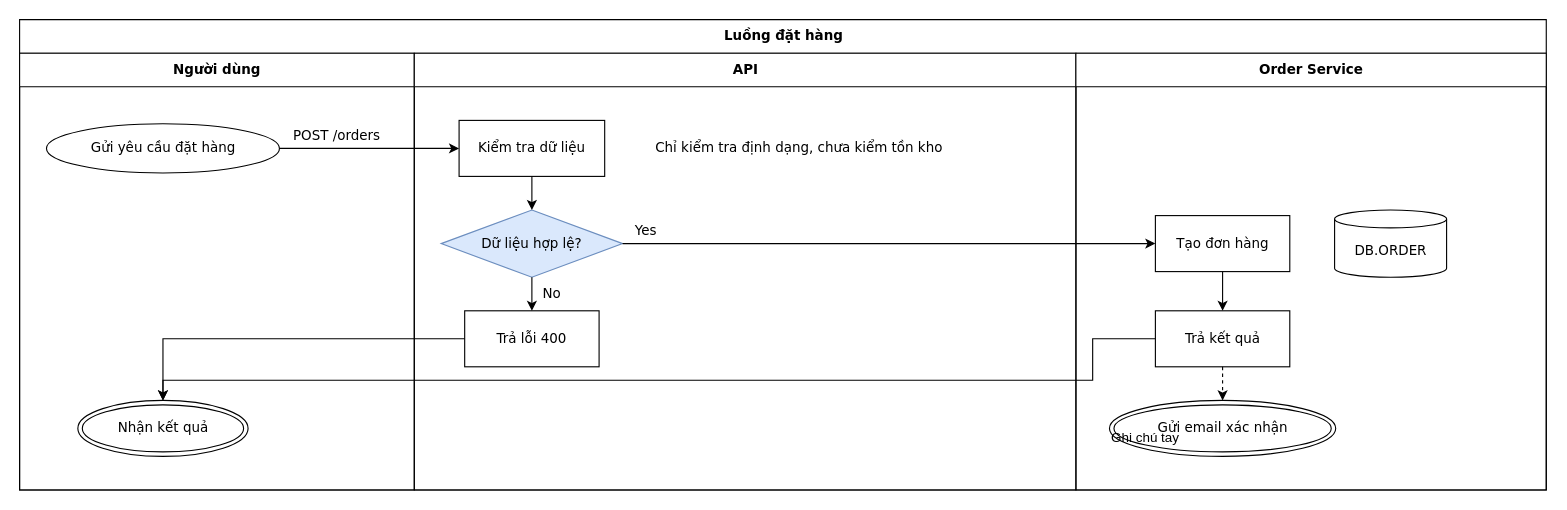
Earlier version of the draw.io diagram conformance/merge/freehand-note-in-lane/flow.drawio (luytbq/flowcast). Source tidied: cells renumbered, new cells numbered last; positions are measured from the earlier drawing's top-left corner, leaving out a move shared by most shapes. Both pictures are drawn from the tidied source at 112%, with x=0, y=0 at pixel (19, 19).
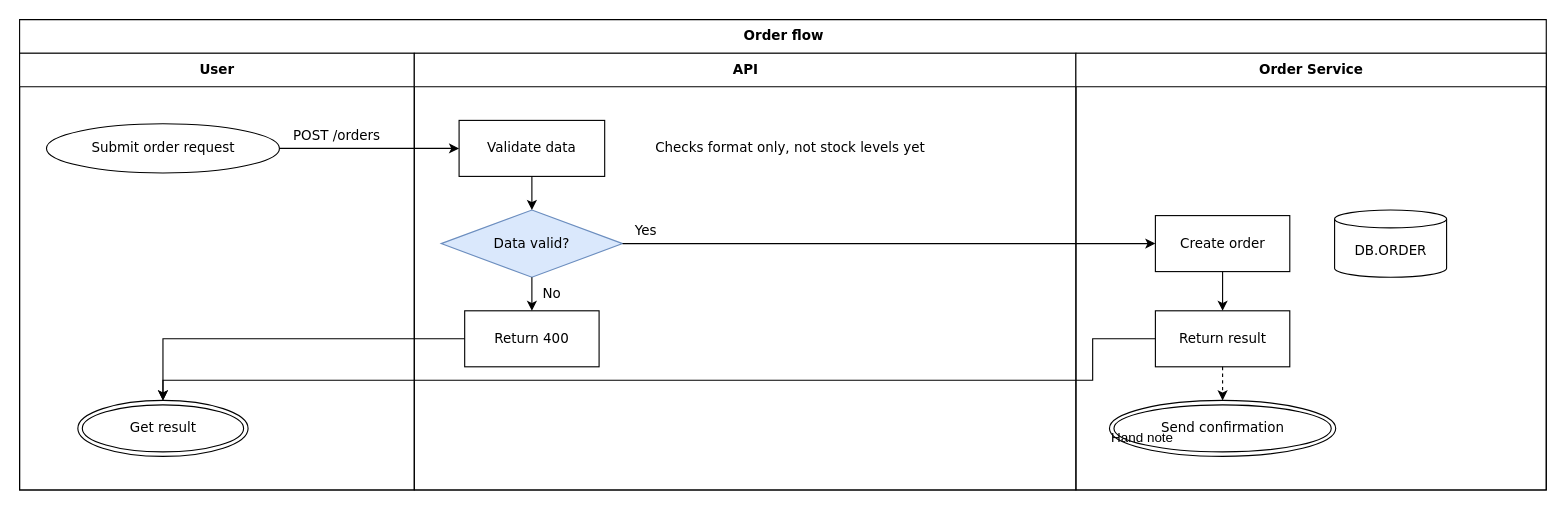
The same page after the edit.

Unchanged cells that the change refers to:
```xml
<mxCell id="4" value="API" style="swimlane;html=1;startSize=30;fontFamily=Verdana;fontSize=12;flowtable=1;" parent="2" vertex="1">
  <mxGeometry x="352.4" y="30" width="590.8" height="390" as="geometry" />
</mxCell>
<mxCell id="5" value="Order Service" style="swimlane;html=1;startSize=30;fontFamily=Verdana;fontSize=12;flowtable=1;" parent="2" vertex="1">
  <mxGeometry x="943.1" y="30" width="420" height="390" as="geometry" />
</mxCell>
```

Diff of the diagram source:
```diff
@@
-    <mxCell id="2" value="Luồng đặt hàng" style="swimlane;html=1;startSize=30;fontStyle=1;fontFamily=Verdana;fontSize=12;flowtable=1;" parent="1" vertex="1">
+    <mxCell id="2" value="Order flow" style="swimlane;html=1;startSize=30;fontStyle=1;fontFamily=Verdana;fontSize=12;flowtable=1;" parent="1" vertex="1">
       <mxGeometry width="1363.1" height="420" as="geometry" />
     </mxCell>
-    <mxCell id="3" value="Người dùng" style="swimlane;html=1;startSize=30;fontFamily=Verdana;fontSize=12;flowtable=1;" parent="2" vertex="1">
+    <mxCell id="3" value="User" style="swimlane;html=1;startSize=30;fontFamily=Verdana;fontSize=12;flowtable=1;" parent="2" vertex="1">
       <mxGeometry y="30" width="352.4" height="390" as="geometry" />
     </mxCell>
@@
-    <mxCell id="6" value="Gửi yêu cầu đặt hàng" style="ellipse;html=1;fontFamily=Verdana;fontSize=12;flowtable=1;" parent="3" vertex="1">
+    <mxCell id="6" value="Submit order request" style="ellipse;html=1;fontFamily=Verdana;fontSize=12;flowtable=1;" parent="3" vertex="1">
       <mxGeometry x="24" y="63" width="208" height="44" as="geometry" />
     </mxCell>
-    <mxCell id="7" value="Kiểm tra dữ liệu" style="rounded=0;html=1;fontFamily=Verdana;fontSize=12;flowtable=1;" parent="4" vertex="1">
+    <mxCell id="7" value="Validate data" style="rounded=0;html=1;fontFamily=Verdana;fontSize=12;flowtable=1;" parent="4" vertex="1">
       <mxGeometry x="40" y="60" width="130" height="50" as="geometry" />
     </mxCell>
-    <mxCell id="8" value="Chỉ kiểm tra định dạng, chưa kiểm tồn kho" style="text;html=1;align=left;verticalAlign=middle;spacingLeft=4;fontFamily=Verdana;fontSize=12;flowtable=1;" parent="4" vertex="1">
+    <mxCell id="8" value="Checks format only, not stock levels yet" style="text;html=1;align=left;verticalAlign=middle;spacingLeft=4;fontFamily=Verdana;fontSize=12;flowtable=1;" parent="4" vertex="1">
       <mxGeometry x="210" y="71" width="280" height="28" as="geometry" />
     </mxCell>
-    <mxCell id="9" value="Dữ liệu hợp lệ?" style="rhombus;html=1;fillColor=#dae8fc;strokeColor=#6c8ebf;fontFamily=Verdana;fontSize=12;flowtable=1;" parent="4" vertex="1">
+    <mxCell id="9" value="Data valid?" style="rhombus;html=1;fillColor=#dae8fc;strokeColor=#6c8ebf;fontFamily=Verdana;fontSize=12;flowtable=1;" parent="4" vertex="1">
       <mxGeometry x="24" y="140" width="162" height="60" as="geometry" />
     </mxCell>
-    <mxCell id="10" value="Trả lỗi 400" style="rounded=0;html=1;fontFamily=Verdana;fontSize=12;flowtable=1;" parent="4" vertex="1">
+    <mxCell id="10" value="Return 400" style="rounded=0;html=1;fontFamily=Verdana;fontSize=12;flowtable=1;" parent="4" vertex="1">
       <mxGeometry x="45" y="230" width="120" height="50" as="geometry" />
     </mxCell>
-    <mxCell id="11" value="Tạo đơn hàng" style="rounded=0;html=1;fontFamily=Verdana;fontSize=12;flowtable=1;" parent="5" vertex="1">
+    <mxCell id="11" value="Create order" style="rounded=0;html=1;fontFamily=Verdana;fontSize=12;flowtable=1;" parent="5" vertex="1">
       <mxGeometry x="71" y="145" width="120" height="50" as="geometry" />
     </mxCell>
@@
-    <mxCell id="13" value="Trả kết quả" style="rounded=0;html=1;fontFamily=Verdana;fontSize=12;flowtable=1;" parent="5" vertex="1">
+    <mxCell id="13" value="Return result" style="rounded=0;html=1;fontFamily=Verdana;fontSize=12;flowtable=1;" parent="5" vertex="1">
       <mxGeometry x="71" y="230" width="120" height="50" as="geometry" />
     </mxCell>
-    <mxCell id="14" value="Nhận kết quả" style="shape=doubleEllipse;html=1;fontFamily=Verdana;fontSize=12;flowtable=1;" parent="3" vertex="1">
+    <mxCell id="14" value="Get result" style="shape=doubleEllipse;html=1;fontFamily=Verdana;fontSize=12;flowtable=1;" parent="3" vertex="1">
       <mxGeometry x="52" y="310" width="152" height="50" as="geometry" />
     </mxCell>
-    <mxCell id="15" value="Gửi email xác nhận" style="shape=doubleEllipse;html=1;fontFamily=Verdana;fontSize=12;flowtable=1;" parent="5" vertex="1">
+    <mxCell id="15" value="Send confirmation" style="shape=doubleEllipse;html=1;fontFamily=Verdana;fontSize=12;flowtable=1;" parent="5" vertex="1">
       <mxGeometry x="30" y="310" width="202" height="50" as="geometry" />
     </mxCell>
@@
-    <mxCell id="24" value="Ghi chú tay" style="text;html=1;" parent="5" vertex="1">
+    <mxCell id="24" value="Hand note" style="text;html=1;" parent="5" vertex="1">
       <mxGeometry x="30" y="330" width="120" height="40" as="geometry" />
     </mxCell>
```
